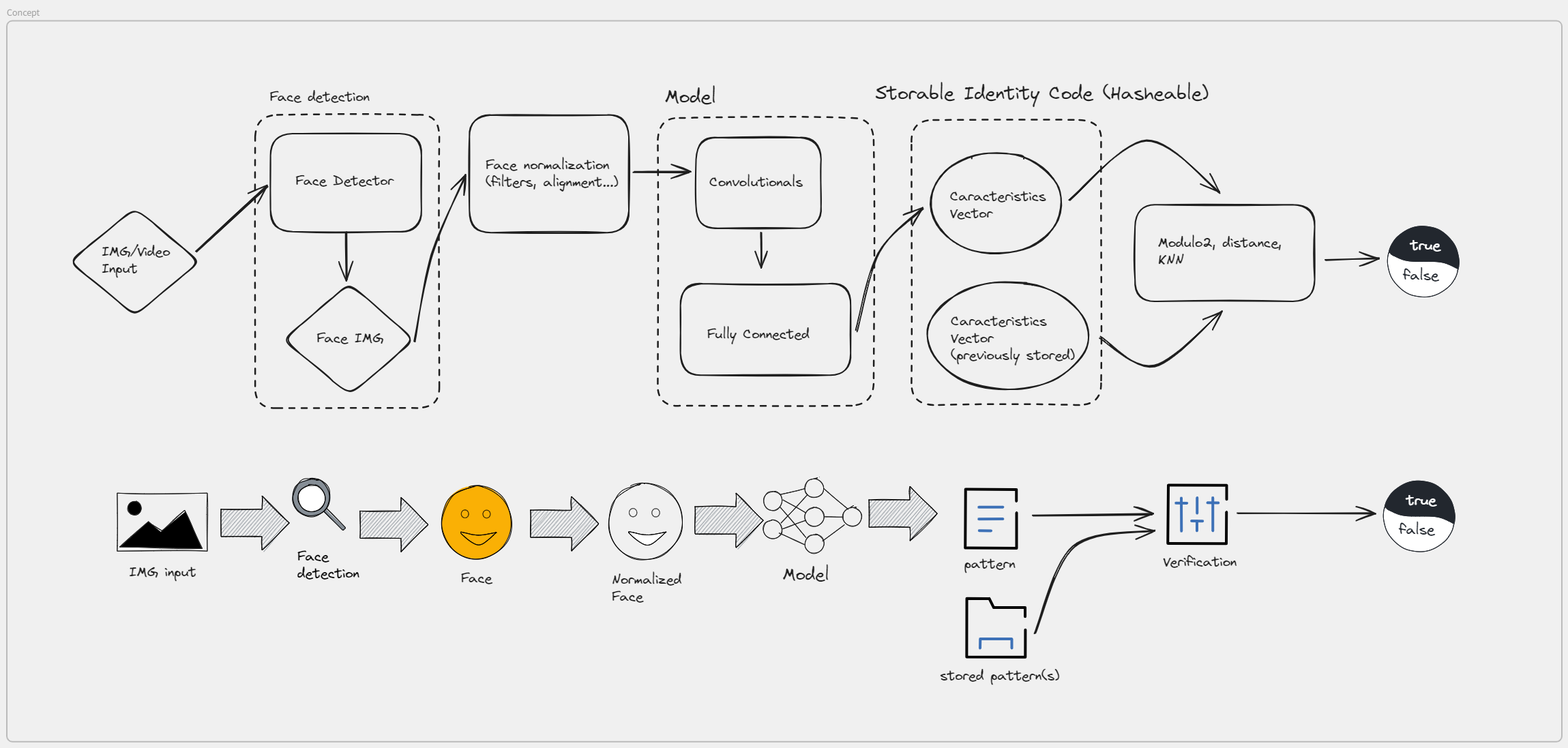
Before: project/doc/concept.xcdw.png, a diagram exported from Excalidraw (NelsonCC1812/VC_practicas). Source tidied: one line per element, renumbered; positions are measured from the earlier drawing's top-left corner, leaving out a move shared by most shapes.
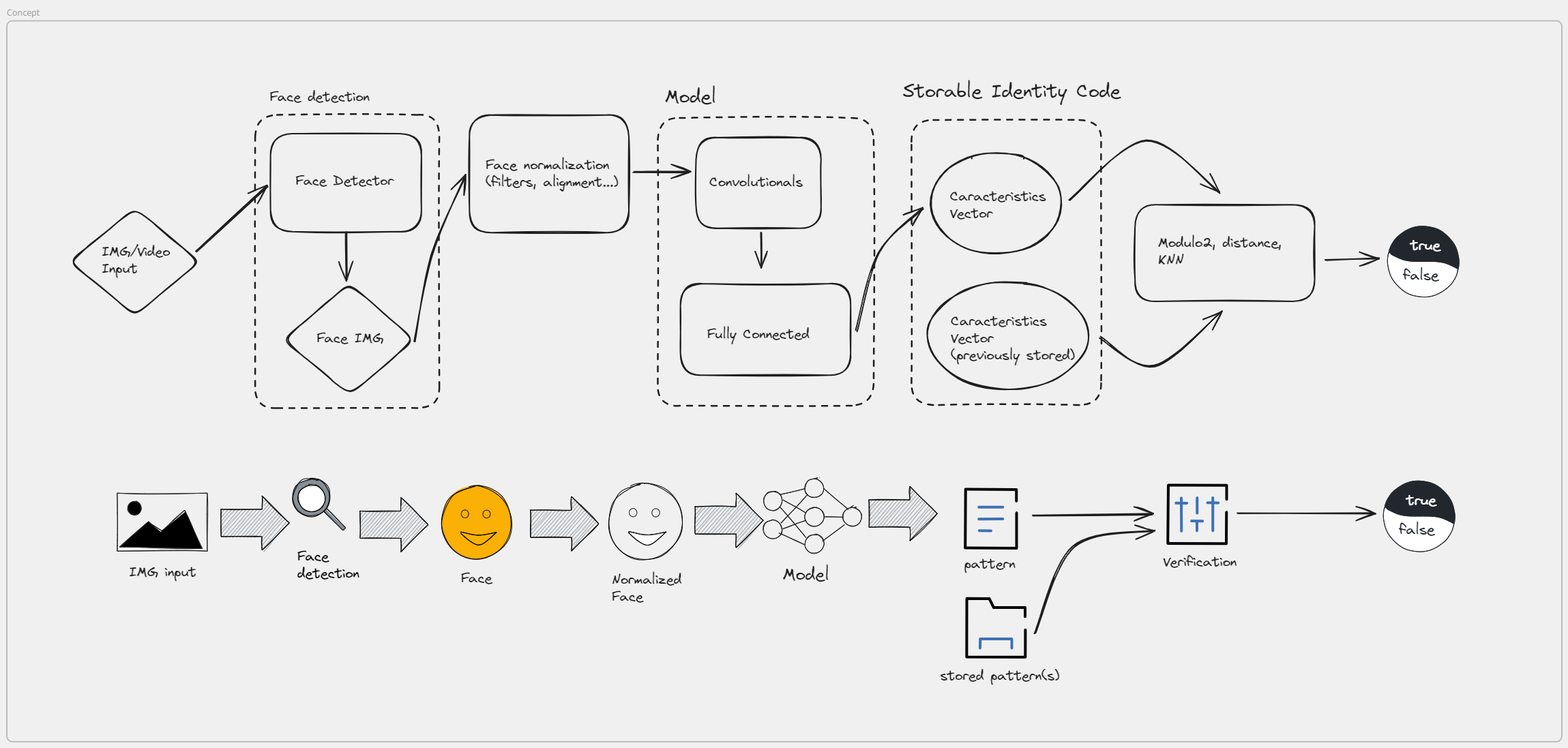
The same diagram one commit later.

The edit, as a diff of the source:
```diff
@@ -86,7 +86,7 @@
 {"id": 85, "type": "ellipse", "strokeColor": "#1e1e1e", "strokeWidth": 2, "roughness": 1, "round": true, "x": 1349, "y": 383, "width": 236, "height": 157}
 {"id": 86, "type": "text", "text": "Caracteristics\nVector\n(previously stored)", "strokeColor": "#1e1e1e", "strokeWidth": 2, "roughness": 1, "fontSize": 20, "fontFamily": 1, "x": 1384, "y": 429, "width": 181, "height": 75}
 {"id": 87, "type": "rectangle", "strokeColor": "#1e1e1e", "strokeWidth": 2, "strokeStyle": "dashed", "roughness": 1, "round": true, "x": 1326, "y": 145, "width": 278, "height": 418}
-{"id": 88, "type": "text", "text": "Storable Identity Code (Hasheable)", "strokeColor": "#1e1e1e", "strokeWidth": 2, "strokeStyle": "dashed", "roughness": 1, "fontSize": 28, "fontFamily": 1, "x": 1273, "y": 90, "width": 488, "height": 35}
+{"id": 88, "type": "text", "text": "Storable Identity Code", "strokeColor": "#1e1e1e", "strokeWidth": 2, "strokeStyle": "dashed", "roughness": 1, "fontSize": 28, "fontFamily": 1, "x": 1314, "y": 88, "width": 319, "height": 35}
 {"id": 89, "type": "line", "strokeColor": "#22272e", "backgroundColor": "#22272e", "fillStyle": "solid", "strokeWidth": 1, "roughness": 0, "round": true, "x": 2026, "y": 343, "width": 103, "height": 64, "points": [[0, 0], [26, 10], [72, 12], [94, 19], [101, 23], [103, 6], [96, -16], [76, -35], [53, -41], [32, -38], [14, -26], [3, -12], [0, 0]]}
 {"id": 90, "type": "text", "text": "true", "strokeColor": "#ffffff", "backgroundColor": "#ffffff", "fillStyle": "solid", "strokeWidth": 1, "roughness": 0, "fontSize": 20.75, "fontFamily": 1, "textAlign": "center", "x": 2058, "y": 318, "width": 44, "height": 27}
 {"id": 91, "type": "line", "strokeColor": "#22272e", "angle": 3.14, "backgroundColor": "#ffffff", "fillStyle": "solid", "strokeWidth": 1, "roughness": 0, "round": true, "x": 2024, "y": 381, "width": 103, "height": 64, "points": [[0, 0], [26, 10], [72, 12], [94, 19], [101, 23], [103, 6], [96, -16], [76, -35], [53, -41], [32, -38], [14, -26], [3, -12], [0, 0]]}
```
